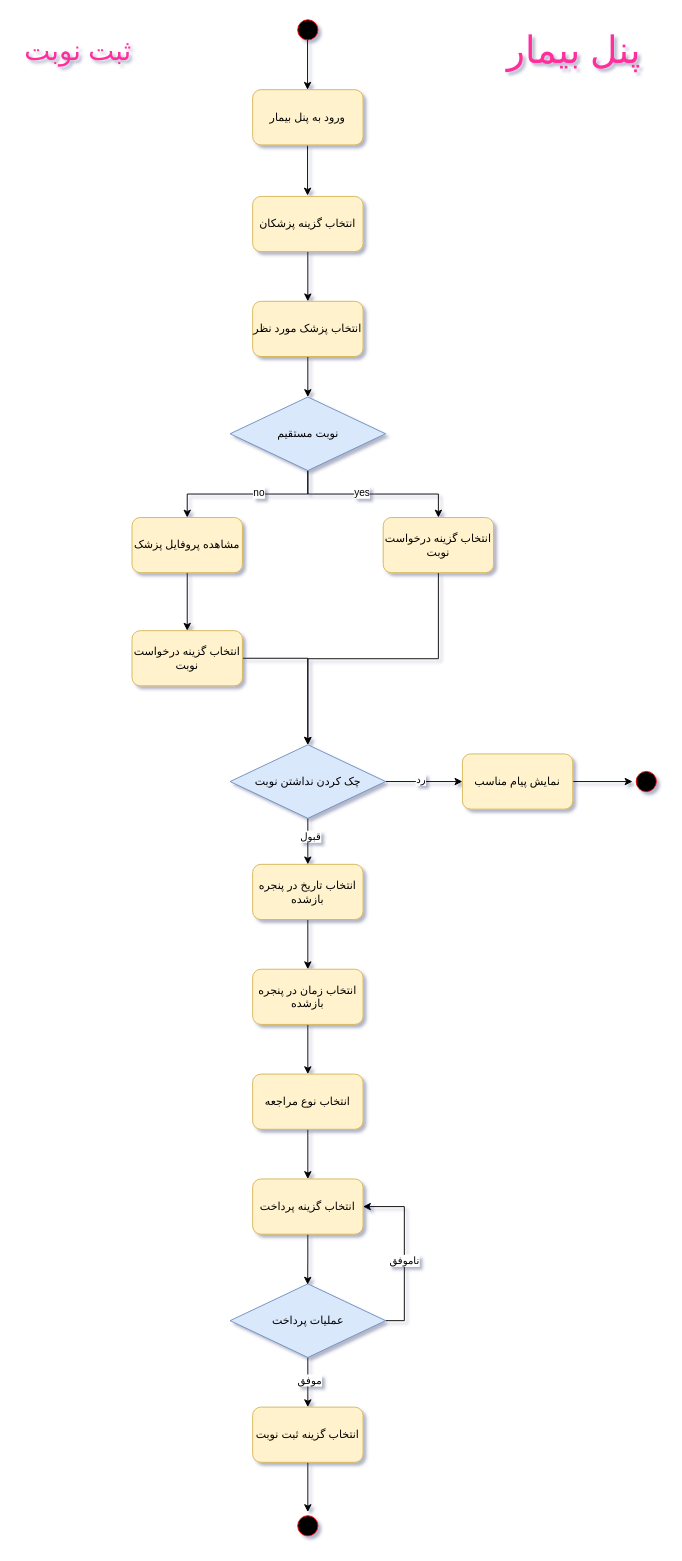
Earlier version of the draw.io diagram page "ثبت نوبت" (9 of 20) of Sequence Diagram/SequenceDiagram.drawio (Matinrezaei/Software-Lab). Source tidied: cells renumbered, new cells numbered last; positions are measured from the earlier drawing's top-left corner, leaving out a move shared by most shapes. Both pictures are drawn from the tidied source at 92%, with x=0, y=0 at pixel (16, 16).
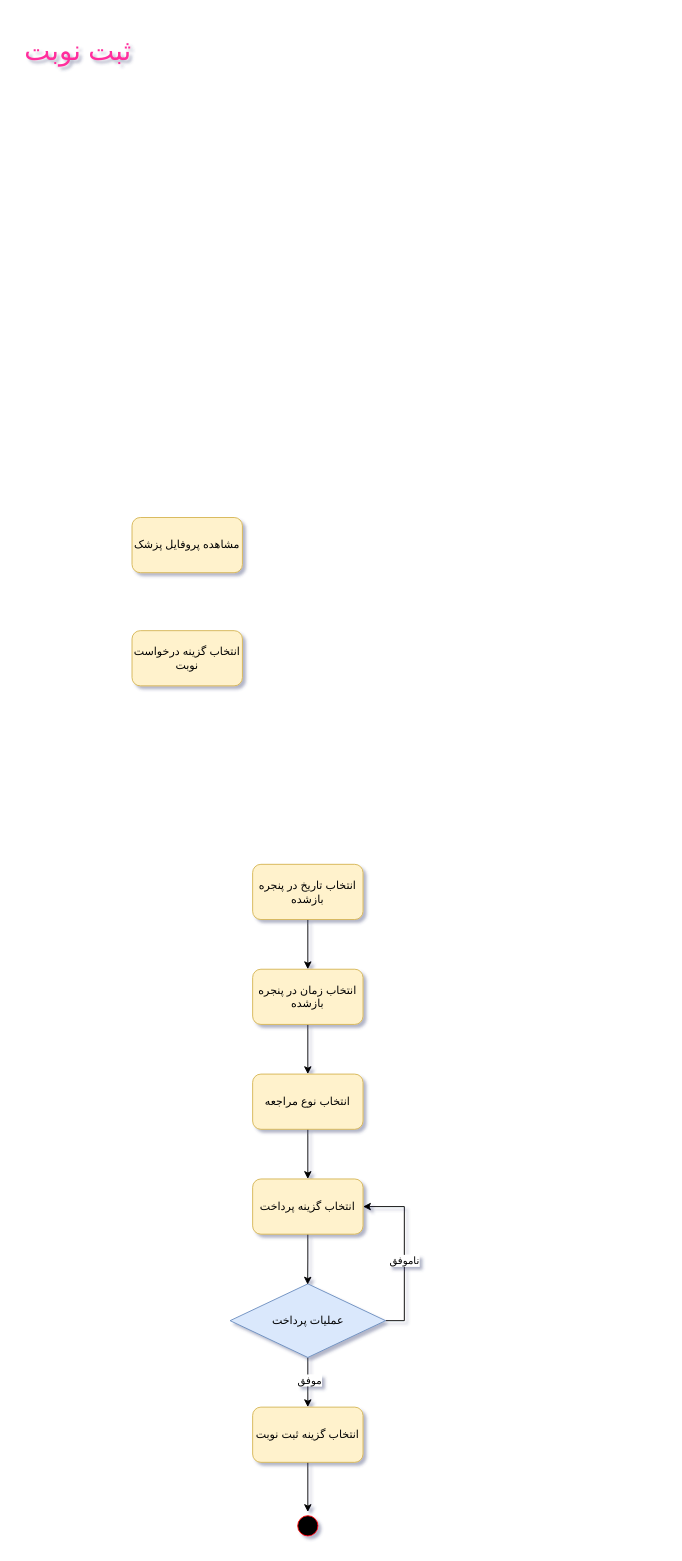
The same diagram, later.

Unchanged cells that the change refers to:
```xml
<mxCell id="13" value="مشاهده پروفایل پزشک" style="rounded=1;whiteSpace=wrap;html=1;fillColor=#fff2cc;strokeColor=#d6b656;" parent="1" vertex="1">
  <mxGeometry x="126" y="545" width="120" height="60" as="geometry" />
</mxCell>
<mxCell id="17" value="انتخاب تاریخ در پنجره بازشده" style="rounded=1;whiteSpace=wrap;html=1;fillColor=#fff2cc;strokeColor=#d6b656;" parent="1" vertex="1">
  <mxGeometry x="257.1" y="922" width="120" height="60" as="geometry" />
</mxCell>
<mxCell id="46" value="انتخاب گزینه درخواست نوبت" style="rounded=1;whiteSpace=wrap;html=1;fillColor=#fff2cc;strokeColor=#d6b656;" parent="1" vertex="1">
  <mxGeometry x="126" y="668" width="120" height="60" as="geometry" />
</mxCell>
```

The edit, as a diff of the source:
```diff
@@
-    <mxCell id="2" style="ellipse;html=1;shape=startState;fillColor=#000000;strokeColor=#ff0000;" parent="1" vertex="1">
-      <mxGeometry x="302.1" width="30" height="30" as="geometry" />
-    </mxCell>
-    <mxCell id="3" style="edgeStyle=orthogonalEdgeStyle;rounded=0;jettySize=auto;html=1;entryX=0.5;entryY=0;entryDx=0;entryDy=0;" parent="1" edge="1" source="4" target="11">
-      <mxGeometry relative="1" as="geometry" />
-    </mxCell>
-    <mxCell id="4" value="انتخاب گزینه پزشکان" style="rounded=1;whiteSpace=wrap;html=1;fillColor=#fff2cc;strokeColor=#d6b656;" parent="1" vertex="1">
-      <mxGeometry x="257.1" y="196" width="120" height="60" as="geometry" />
-    </mxCell>
@@
-    <mxCell id="10" style="edgeStyle=orthogonalEdgeStyle;rounded=0;jettySize=auto;html=1;entryX=0.5;entryY=0;entryDx=0;entryDy=0;" parent="1" edge="1" source="11" target="44">
-      <mxGeometry relative="1" as="geometry" />
-    </mxCell>
-    <mxCell id="11" value="انتخاب پزشک مورد نظر" style="rounded=1;whiteSpace=wrap;html=1;fillColor=#fff2cc;strokeColor=#d6b656;" parent="1" vertex="1">
-      <mxGeometry x="257.1" y="310" width="120" height="60" as="geometry" />
-    </mxCell>
-    <mxCell id="12" style="edgeStyle=orthogonalEdgeStyle;rounded=0;jettySize=auto;html=1;entryX=0.5;entryY=0;entryDx=0;entryDy=0;" parent="1" edge="1" source="13" target="46">
-      <mxGeometry relative="1" as="geometry" />
-    </mxCell>
@@
-    <mxCell id="14" style="edgeStyle=orthogonalEdgeStyle;rounded=0;jettySize=auto;html=1;entryX=0.5;entryY=0;entryDx=0;entryDy=0;" parent="1" edge="1" source="15" target="34">
-      <mxGeometry relative="1" as="geometry" />
-    </mxCell>
-    <mxCell id="15" value="انتخاب گزینه درخواست نوبت" style="rounded=1;whiteSpace=wrap;html=1;fillColor=#fff2cc;strokeColor=#d6b656;" parent="1" vertex="1">
-      <mxGeometry x="399" y="545" width="120" height="60" as="geometry" />
-    </mxCell>
@@
-    <mxCell id="26" value="&lt;font color=&quot;#ff2e9d&quot; style=&quot;font-size: 41px;&quot; face=&quot;Tahoma&quot;&gt;پنل بیمار&lt;/font&gt;&lt;font style=&quot;font-size: 41px;&quot; face=&quot;_kxpbe5iIvoVPWevJDPW&quot;&gt;&lt;br&gt;&lt;/font&gt;" style="text;html=1;align=center;verticalAlign=middle;strokeColor=none;fillColor=none;" parent="1" vertex="1">
-      <mxGeometry x="524" y="4" width="164" height="64" as="geometry" />
-    </mxCell>
-    <mxCell id="27" style="edgeStyle=orthogonalEdgeStyle;rounded=0;orthogonalLoop=1;jettySize=auto;html=1;" parent="1" edge="1">
-      <mxGeometry relative="1" as="geometry">
-        <mxPoint x="316.8" y="26" as="sourcePoint" />
-        <mxPoint x="316.8" y="80" as="targetPoint" />
-      </mxGeometry>
-    </mxCell>
-    <mxCell id="28" value="ورود به پنل بیمار" style="rounded=1;whiteSpace=wrap;html=1;fillColor=#fff2cc;strokeColor=#d6b656;" parent="1" vertex="1">
-      <mxGeometry x="257.1" y="80" width="120" height="60" as="geometry" />
-    </mxCell>
-    <mxCell id="29" style="edgeStyle=orthogonalEdgeStyle;rounded=0;orthogonalLoop=1;jettySize=auto;html=1;entryX=0.5;entryY=0;entryDx=0;entryDy=0;" parent="1" edge="1">
-      <mxGeometry relative="1" as="geometry">
-        <mxPoint x="316.8" y="141" as="sourcePoint" />
-        <mxPoint x="316.8" y="195" as="targetPoint" />
-      </mxGeometry>
-    </mxCell>
-    <mxCell id="30" style="edgeStyle=orthogonalEdgeStyle;rounded=0;jettySize=auto;html=1;" parent="1" edge="1" source="34" target="17">
-      <mxGeometry relative="1" as="geometry" />
-    </mxCell>
-    <mxCell id="31" value="قبول" style="edgeLabel;html=1;align=center;verticalAlign=middle;" parent="30" vertex="1">
-      <mxGeometry x="-0.24" y="2" relative="1" as="geometry" />
-    </mxCell>
-    <mxCell id="32" style="edgeStyle=orthogonalEdgeStyle;rounded=0;jettySize=auto;html=1;" parent="1" edge="1" source="34" target="36">
-      <mxGeometry relative="1" as="geometry" />
-    </mxCell>
-    <mxCell id="33" value="رد" style="edgeLabel;html=1;align=center;verticalAlign=middle;" parent="32" vertex="1">
-      <mxGeometry x="-0.06" y="3" relative="1" as="geometry">
-        <mxPoint x="-1" as="offset" />
-      </mxGeometry>
-    </mxCell>
-    <mxCell id="34" value="چک کردن نداشتن نوبت" style="rhombus;whiteSpace=wrap;html=1;fillColor=#dae8fc;strokeColor=#6c8ebf;" parent="1" vertex="1">
-      <mxGeometry x="232.6" y="792" width="169" height="80" as="geometry" />
-    </mxCell>
-    <mxCell id="35" style="edgeStyle=orthogonalEdgeStyle;rounded=0;jettySize=auto;html=1;" parent="1" edge="1" source="36" target="38">
-      <mxGeometry relative="1" as="geometry" />
-    </mxCell>
-    <mxCell id="36" value="نمایش پیام مناسب" style="rounded=1;whiteSpace=wrap;html=1;fillColor=#fff2cc;strokeColor=#d6b656;" parent="1" vertex="1">
-      <mxGeometry x="485.1" y="802" width="120" height="60" as="geometry" />
-    </mxCell>
@@
-    <mxCell id="38" style="ellipse;html=1;shape=startState;fillColor=#000000;strokeColor=#ff0000;" parent="1" vertex="1">
-      <mxGeometry x="670" y="817" width="30" height="30" as="geometry" />
-    </mxCell>
@@
-    <mxCell id="40" style="edgeStyle=orthogonalEdgeStyle;rounded=0;jettySize=auto;html=1;entryX=0.5;entryY=0;entryDx=0;entryDy=0;" parent="1" edge="1" source="44" target="15">
-      <mxGeometry relative="1" as="geometry" />
-    </mxCell>
-    <mxCell id="41" value="yes" style="edgeLabel;html=1;align=center;verticalAlign=middle;" parent="40" vertex="1">
-      <mxGeometry x="-0.13" y="2" relative="1" as="geometry" />
-    </mxCell>
-    <mxCell id="42" style="edgeStyle=orthogonalEdgeStyle;rounded=0;jettySize=auto;html=1;entryX=0.5;entryY=0;entryDx=0;entryDy=0;" parent="1" edge="1" source="44" target="13">
-      <mxGeometry relative="1" as="geometry" />
-    </mxCell>
-    <mxCell id="43" value="no" style="edgeLabel;html=1;align=center;verticalAlign=middle;" parent="42" vertex="1">
-      <mxGeometry x="-0.13" y="-2" relative="1" as="geometry" />
-    </mxCell>
-    <mxCell id="44" value="نوبت مستقیم" style="rhombus;whiteSpace=wrap;html=1;fillColor=#dae8fc;strokeColor=#6c8ebf;" parent="1" vertex="1">
-      <mxGeometry x="232.6" y="414" width="169" height="80" as="geometry" />
-    </mxCell>
-    <mxCell id="45" style="edgeStyle=orthogonalEdgeStyle;rounded=0;jettySize=auto;html=1;entryX=0.5;entryY=0;entryDx=0;entryDy=0;" parent="1" edge="1" source="46" target="34">
-      <mxGeometry relative="1" as="geometry">
-        <Array as="points">
-          <mxPoint x="317" y="698" />
-        </Array>
-      </mxGeometry>
-    </mxCell>
```
